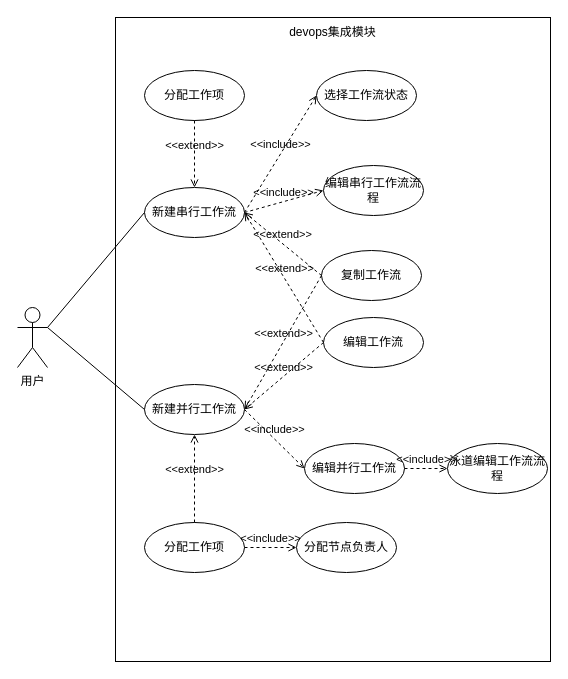
Before: devops集成模块需求分析.drawio in qf2020/drawio, a draw.io diagram. Source tidied: cells renumbered, new cells numbered last; positions are measured from the earlier drawing's top-left corner, leaving out a move shared by most shapes. Both pictures are drawn from the tidied source at 100%, with x=0, y=0 at pixel (17, 17).
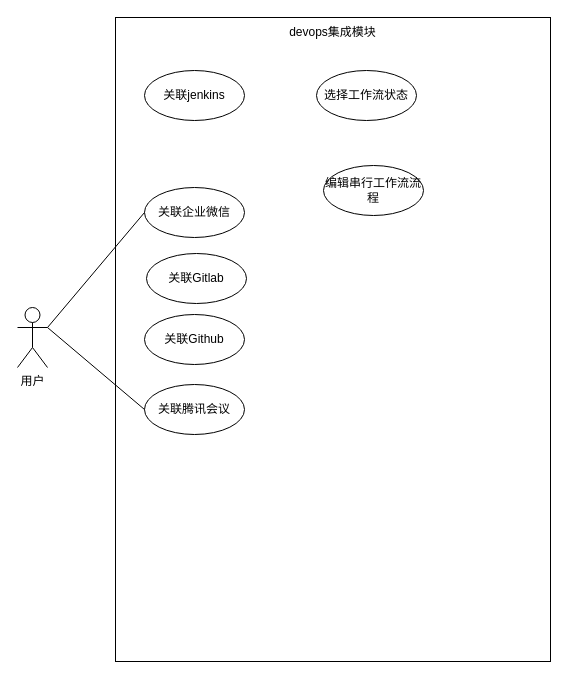
The same diagram, later.

Commit message (it also covers changes not shown here):
更新devops集成模块需求分析.drawio

Unchanged cells that the change refers to:
```xml
<mxCell id="5" value="编辑串行工作流流程" style="ellipse;whiteSpace=wrap;html=1;" parent="1" vertex="1">
  <mxGeometry x="306" y="148" width="100" height="50" as="geometry" />
</mxCell>
<mxCell id="11" value="选择工作流状态" style="ellipse;whiteSpace=wrap;html=1;" parent="1" vertex="1">
  <mxGeometry x="299" y="53" width="100" height="50" as="geometry" />
</mxCell>
```

Diff of the diagram source:
```diff
@@
-    <mxCell id="6" value="新建串行工作流" style="ellipse;whiteSpace=wrap;html=1;" parent="1" vertex="1">
+    <mxCell id="6" value="关联企业微信" style="ellipse;whiteSpace=wrap;html=1;" parent="1" vertex="1">
       <mxGeometry x="127" y="170" width="100" height="50" as="geometry" />
     </mxCell>
-    <mxCell id="7" value="复制工作流" style="ellipse;whiteSpace=wrap;html=1;" parent="1" vertex="1">
-      <mxGeometry x="304" y="233" width="100" height="50" as="geometry" />
-    </mxCell>
-    <mxCell id="8" value="编辑并行工作流" style="ellipse;whiteSpace=wrap;html=1;" parent="1" vertex="1">
-      <mxGeometry x="287" y="426" width="100" height="50" as="geometry" />
-    </mxCell>
-    <mxCell id="9" value="新建并行工作流" style="ellipse;whiteSpace=wrap;html=1;" parent="1" vertex="1">
+    <mxCell id="9" value="关联腾讯会议" style="ellipse;whiteSpace=wrap;html=1;" parent="1" vertex="1">
       <mxGeometry x="127" y="367" width="100" height="50" as="geometry" />
     </mxCell>
@@
-    <mxCell id="12" value="泳道编辑工作流流程" style="ellipse;whiteSpace=wrap;html=1;" parent="1" vertex="1">
-      <mxGeometry x="430" y="426" width="100" height="50" as="geometry" />
-    </mxCell>
-    <mxCell id="13" value="分配节点负责人" style="ellipse;whiteSpace=wrap;html=1;" parent="1" vertex="1">
-      <mxGeometry x="279" y="505" width="100" height="50" as="geometry" />
-    </mxCell>
@@
-    <mxCell id="15" value="编辑工作流" style="ellipse;whiteSpace=wrap;html=1;" parent="1" vertex="1">
-      <mxGeometry x="306" y="300" width="100" height="50" as="geometry" />
-    </mxCell>
-    <mxCell id="16" value="&amp;lt;&amp;lt;include&amp;gt;&amp;gt;" style="html=1;verticalAlign=bottom;labelBackgroundColor=none;endArrow=open;endFill=0;dashed=1;rounded=0;entryX=0;entryY=0.5;entryDx=0;entryDy=0;exitX=1;exitY=0.5;exitDx=0;exitDy=0;" parent="1" edge="1" source="6" target="11">
-      <mxGeometry relative="1" as="geometry" />
-    </mxCell>
-    <mxCell id="17" value="&amp;lt;&amp;lt;include&amp;gt;&amp;gt;" style="html=1;verticalAlign=bottom;labelBackgroundColor=none;endArrow=open;endFill=0;dashed=1;rounded=0;entryX=0;entryY=0.5;entryDx=0;entryDy=0;exitX=1;exitY=0.5;exitDx=0;exitDy=0;" parent="1" edge="1" source="6" target="5">
-      <mxGeometry relative="1" as="geometry" />
-    </mxCell>
-    <mxCell id="18" value="&amp;lt;&amp;lt;extend&amp;gt;&amp;gt;" style="html=1;verticalAlign=bottom;labelBackgroundColor=none;endArrow=open;endFill=0;dashed=1;rounded=0;entryX=1;entryY=0.5;entryDx=0;entryDy=0;exitX=0;exitY=0.5;exitDx=0;exitDy=0;" parent="1" edge="1" source="7" target="6">
-      <mxGeometry relative="1" as="geometry" />
-    </mxCell>
-    <mxCell id="19" value="&amp;lt;&amp;lt;extend&amp;gt;&amp;gt;" style="html=1;verticalAlign=bottom;labelBackgroundColor=none;endArrow=open;endFill=0;dashed=1;rounded=0;entryX=1;entryY=0.5;entryDx=0;entryDy=0;exitX=0;exitY=0.5;exitDx=0;exitDy=0;" parent="1" edge="1" source="15" target="9">
-      <mxGeometry relative="1" as="geometry" />
-    </mxCell>
-    <mxCell id="20" value="&amp;lt;&amp;lt;extend&amp;gt;&amp;gt;" style="html=1;verticalAlign=bottom;labelBackgroundColor=none;endArrow=open;endFill=0;dashed=1;rounded=0;exitX=0;exitY=0.5;exitDx=0;exitDy=0;entryX=1;entryY=0.5;entryDx=0;entryDy=0;" parent="1" edge="1" source="15" target="6">
-      <mxGeometry relative="1" as="geometry" />
-    </mxCell>
-    <mxCell id="21" value="&amp;lt;&amp;lt;extend&amp;gt;&amp;gt;" style="html=1;verticalAlign=bottom;labelBackgroundColor=none;endArrow=open;endFill=0;dashed=1;rounded=0;entryX=1;entryY=0.5;entryDx=0;entryDy=0;exitX=0;exitY=0.5;exitDx=0;exitDy=0;" parent="1" edge="1" source="7" target="9">
-      <mxGeometry relative="1" as="geometry" />
-    </mxCell>
-    <mxCell id="22" value="&amp;lt;&amp;lt;include&amp;gt;&amp;gt;" style="html=1;verticalAlign=bottom;labelBackgroundColor=none;endArrow=open;endFill=0;dashed=1;rounded=0;entryX=0;entryY=0.5;entryDx=0;entryDy=0;exitX=1;exitY=0.5;exitDx=0;exitDy=0;" parent="1" edge="1" source="9" target="8">
-      <mxGeometry relative="1" as="geometry" />
-    </mxCell>
-    <mxCell id="23" value="&amp;lt;&amp;lt;include&amp;gt;&amp;gt;" style="html=1;verticalAlign=bottom;labelBackgroundColor=none;endArrow=open;endFill=0;dashed=1;rounded=0;entryX=0;entryY=0.5;entryDx=0;entryDy=0;exitX=1;exitY=0.5;exitDx=0;exitDy=0;" parent="1" edge="1" source="8" target="12">
-      <mxGeometry relative="1" as="geometry" />
-    </mxCell>
-    <mxCell id="24" value="分配工作项" style="ellipse;whiteSpace=wrap;html=1;" parent="1" vertex="1">
-      <mxGeometry x="127" y="505" width="100" height="50" as="geometry" />
-    </mxCell>
-    <mxCell id="25" value="&amp;lt;&amp;lt;extend&amp;gt;&amp;gt;" style="html=1;verticalAlign=bottom;labelBackgroundColor=none;endArrow=open;endFill=0;dashed=1;rounded=0;entryX=0.5;entryY=1;entryDx=0;entryDy=0;exitX=0.5;exitY=0;exitDx=0;exitDy=0;" parent="1" edge="1" source="24" target="9">
-      <mxGeometry relative="1" as="geometry" />
-    </mxCell>
-    <mxCell id="26" value="&amp;lt;&amp;lt;include&amp;gt;&amp;gt;" style="html=1;verticalAlign=bottom;labelBackgroundColor=none;endArrow=open;endFill=0;dashed=1;rounded=0;entryX=0;entryY=0.5;entryDx=0;entryDy=0;exitX=1;exitY=0.5;exitDx=0;exitDy=0;" parent="1" edge="1" source="24" target="13">
-      <mxGeometry relative="1" as="geometry" />
-    </mxCell>
-    <mxCell id="27" value="分配工作项" style="ellipse;whiteSpace=wrap;html=1;" parent="1" vertex="1">
+    <mxCell id="27" value="关联jenkins" style="ellipse;whiteSpace=wrap;html=1;" parent="1" vertex="1">
       <mxGeometry x="127" y="53" width="100" height="50" as="geometry" />
     </mxCell>
-    <mxCell id="28" value="&amp;lt;&amp;lt;extend&amp;gt;&amp;gt;" style="html=1;verticalAlign=bottom;labelBackgroundColor=none;endArrow=open;endFill=0;dashed=1;rounded=0;entryX=0.5;entryY=0;entryDx=0;entryDy=0;exitX=0.5;exitY=1;exitDx=0;exitDy=0;" parent="1" edge="1" source="27" target="6">
-      <mxGeometry relative="1" as="geometry" />
-    </mxCell>
+    <mxCell id="29" value="关联Github" style="ellipse;whiteSpace=wrap;html=1;" parent="1" vertex="1">
+      <mxGeometry x="127" y="297" width="100" height="50" as="geometry" />
+    </mxCell>
+    <mxCell id="30" value="关联Gitlab" style="ellipse;whiteSpace=wrap;html=1;" parent="1" vertex="1">
+      <mxGeometry x="129" y="236" width="100" height="50" as="geometry" />
+    </mxCell>
```
